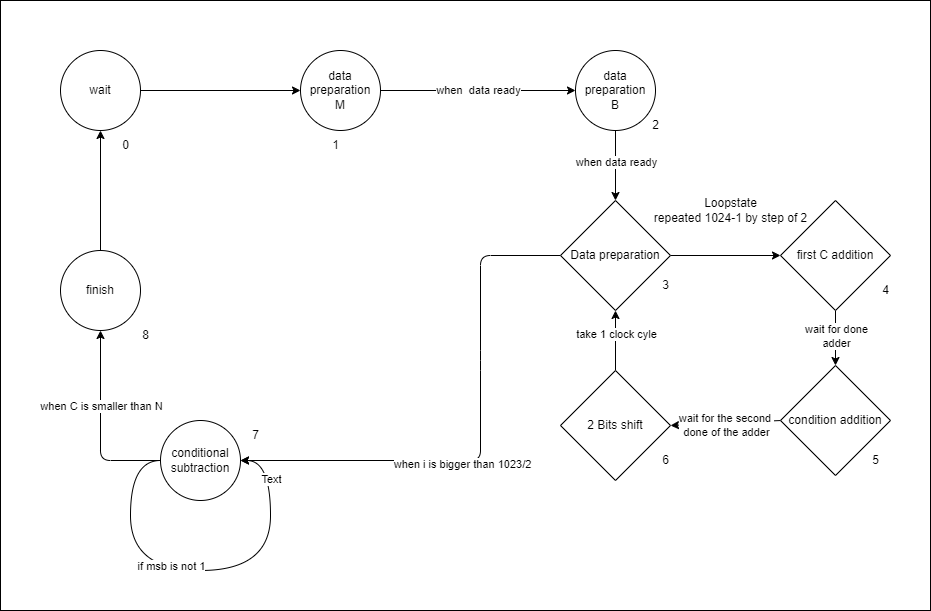
Tfloow/Montgomery keeps this draw.io diagram as fsm.png. Above is the earlier version. Source tidied: cells renumbered, new cells last; positions are measured from the earlier drawing's top-left corner, leaving out a move shared by most shapes.
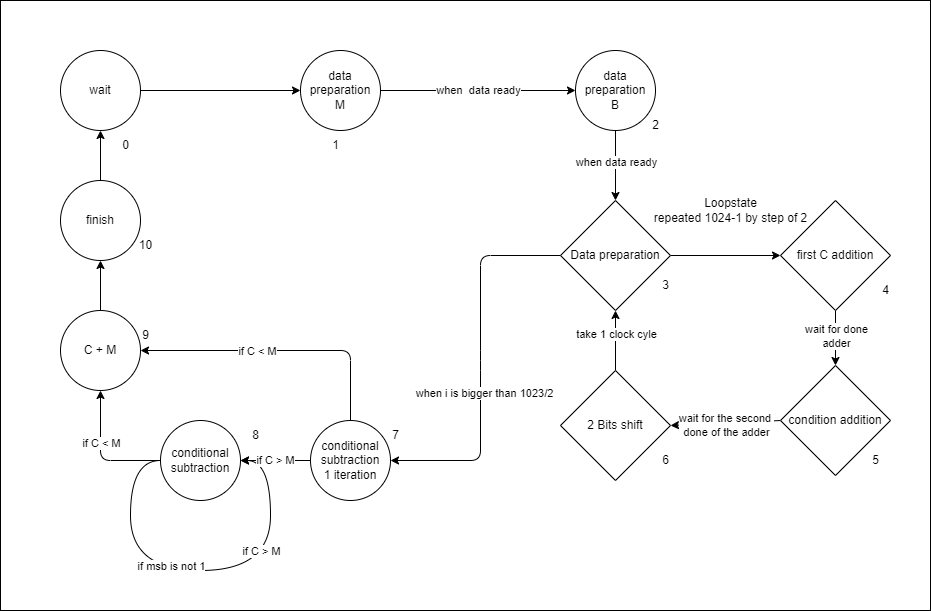
The same file after the commit.

Diff of the diagram source:
```diff
@@ -26,14 +26,15 @@
     <mxCell id="9" value="data preparation &lt;br&gt;B" style="ellipse;whiteSpace=wrap;html=1;" parent="1" vertex="1">
       <mxGeometry x="575" y="50" width="80" height="80" as="geometry" />
     </mxCell>
-    <mxCell id="10" style="edgeStyle=none;html=1;entryX=0.5;entryY=1;entryDx=0;entryDy=0;" parent="1" edge="1" source="15" target="17">
+    <mxCell id="10" style="edgeStyle=none;html=1;" parent="1" edge="1" source="15">
       <mxGeometry relative="1" as="geometry">
+        <mxPoint x="100" y="390" as="targetPoint" />
         <Array as="points">
           <mxPoint x="100" y="460" />
         </Array>
       </mxGeometry>
     </mxCell>
-    <mxCell id="11" value="when C is smaller than N" style="edgeLabel;html=1;align=center;verticalAlign=middle;" parent="10" vertex="1">
+    <mxCell id="11" value="if C &amp;lt; M" style="edgeLabel;html=1;align=center;verticalAlign=middle;" parent="10" vertex="1">
       <mxGeometry x="0.21" relative="1" as="geometry" />
     </mxCell>
     <mxCell id="12" style="edgeStyle=orthogonalEdgeStyle;curved=1;html=1;exitX=0;exitY=0.5;exitDx=0;exitDy=0;entryX=1;entryY=0.5;entryDx=0;entryDy=0;" parent="1" edge="1" source="15" target="15">
@@ -46,12 +47,14 @@
         </Array>
       </mxGeometry>
     </mxCell>
-    <mxCell id="13" value="Text" style="edgeLabel;html=1;align=center;verticalAlign=middle;" parent="12" vertex="1">
-      <mxGeometry x="0.77" relative="1" as="geometry" />
-    </mxCell>
     <mxCell id="14" value="if msb is not 1" style="edgeLabel;html=1;align=center;verticalAlign=middle;" parent="12" vertex="1">
       <mxGeometry x="-0.14" y="5" relative="1" as="geometry" />
     </mxCell>
+    <mxCell id="41" value="if C &amp;gt; M" style="edgeLabel;html=1;align=center;verticalAlign=middle;" parent="12" vertex="1">
+      <mxGeometry x="0.16" y="5" relative="1" as="geometry">
+        <mxPoint x="26" y="-15" as="offset" />
+      </mxGeometry>
+    </mxCell>
     <mxCell id="15" value="conditional subtraction" style="ellipse;whiteSpace=wrap;html=1;" parent="1" vertex="1">
       <mxGeometry x="160" y="420" width="80" height="80" as="geometry" />
     </mxCell>
@@ -59,7 +62,7 @@
       <mxGeometry relative="1" as="geometry" />
     </mxCell>
     <mxCell id="17" value="finish" style="ellipse;whiteSpace=wrap;html=1;" parent="1" vertex="1">
-      <mxGeometry x="60" y="250" width="80" height="80" as="geometry" />
+      <mxGeometry x="60" y="180" width="80" height="80" as="geometry" />
     </mxCell>
     <mxCell id="18" style="edgeStyle=none;html=1;entryX=0.5;entryY=0;entryDx=0;entryDy=0;" parent="1" edge="1" source="22" target="25">
       <mxGeometry relative="1" as="geometry" />
@@ -69,7 +72,7 @@
         <mxPoint x="-1" y="-10" as="offset" />
       </mxGeometry>
     </mxCell>
-    <mxCell id="20" style="edgeStyle=none;html=1;entryX=1;entryY=0.5;entryDx=0;entryDy=0;exitX=0;exitY=0.5;exitDx=0;exitDy=0;" parent="1" edge="1" source="34" target="15">
+    <mxCell id="20" style="edgeStyle=none;html=1;entryX=1;entryY=0.5;entryDx=0;entryDy=0;exitX=0;exitY=0.5;exitDx=0;exitDy=0;" parent="1" edge="1" source="34" target="45">
       <mxGeometry relative="1" as="geometry">
         <Array as="points">
           <mxPoint x="480" y="255" />
@@ -135,10 +138,38 @@
       <mxGeometry x="650" y="445" width="30" height="30" as="geometry" />
     </mxCell>
     <mxCell id="39" value="7" style="text;html=1;align=center;verticalAlign=middle;strokeColor=none;fillColor=none;" parent="1" vertex="1">
-      <mxGeometry x="240" y="420" width="30" height="30" as="geometry" />
+      <mxGeometry x="380" y="420" width="30" height="30" as="geometry" />
     </mxCell>
-    <mxCell id="40" value="8" style="text;html=1;align=center;verticalAlign=middle;strokeColor=none;fillColor=none;" parent="1" vertex="1">
+    <mxCell id="40" value="9" style="text;html=1;align=center;verticalAlign=middle;strokeColor=none;fillColor=none;" parent="1" vertex="1">
       <mxGeometry x="130" y="320" width="30" height="30" as="geometry" />
     </mxCell>
+    <mxCell id="42" value="if C &amp;gt; M" style="edgeStyle=none;html=1;entryX=1;entryY=0.5;entryDx=0;entryDy=0;" parent="1" edge="1" source="45" target="15">
+      <mxGeometry relative="1" as="geometry" />
+    </mxCell>
+    <mxCell id="43" style="edgeStyle=none;html=1;entryX=1;entryY=0.5;entryDx=0;entryDy=0;" parent="1" edge="1" source="45" target="48">
+      <mxGeometry relative="1" as="geometry">
+        <Array as="points">
+          <mxPoint x="350" y="350" />
+        </Array>
+      </mxGeometry>
+    </mxCell>
+    <mxCell id="44" value="if C &amp;lt; M" style="edgeLabel;html=1;align=center;verticalAlign=middle;" parent="43" vertex="1">
+      <mxGeometry x="0.17" relative="1" as="geometry" />
+    </mxCell>
+    <mxCell id="45" value="conditional subtraction&lt;br&gt;1 iteration" style="ellipse;whiteSpace=wrap;html=1;" parent="1" vertex="1">
+      <mxGeometry x="310" y="420" width="80" height="80" as="geometry" />
+    </mxCell>
+    <mxCell id="46" value="8" style="text;html=1;align=center;verticalAlign=middle;strokeColor=none;fillColor=none;" parent="1" vertex="1">
+      <mxGeometry x="240" y="420" width="30" height="30" as="geometry" />
+    </mxCell>
+    <mxCell id="47" style="edgeStyle=none;html=1;entryX=0.5;entryY=1;entryDx=0;entryDy=0;" parent="1" edge="1" source="48" target="17">
+      <mxGeometry relative="1" as="geometry" />
+    </mxCell>
+    <mxCell id="48" value="C + M" style="ellipse;whiteSpace=wrap;html=1;" parent="1" vertex="1">
+      <mxGeometry x="60" y="310" width="80" height="80" as="geometry" />
+    </mxCell>
+    <mxCell id="49" value="10" style="text;html=1;align=center;verticalAlign=middle;strokeColor=none;fillColor=none;" parent="1" vertex="1">
+      <mxGeometry x="125" y="230" width="40" height="30" as="geometry" />
+    </mxCell>
   </root>
 </mxGraphModel>
```
